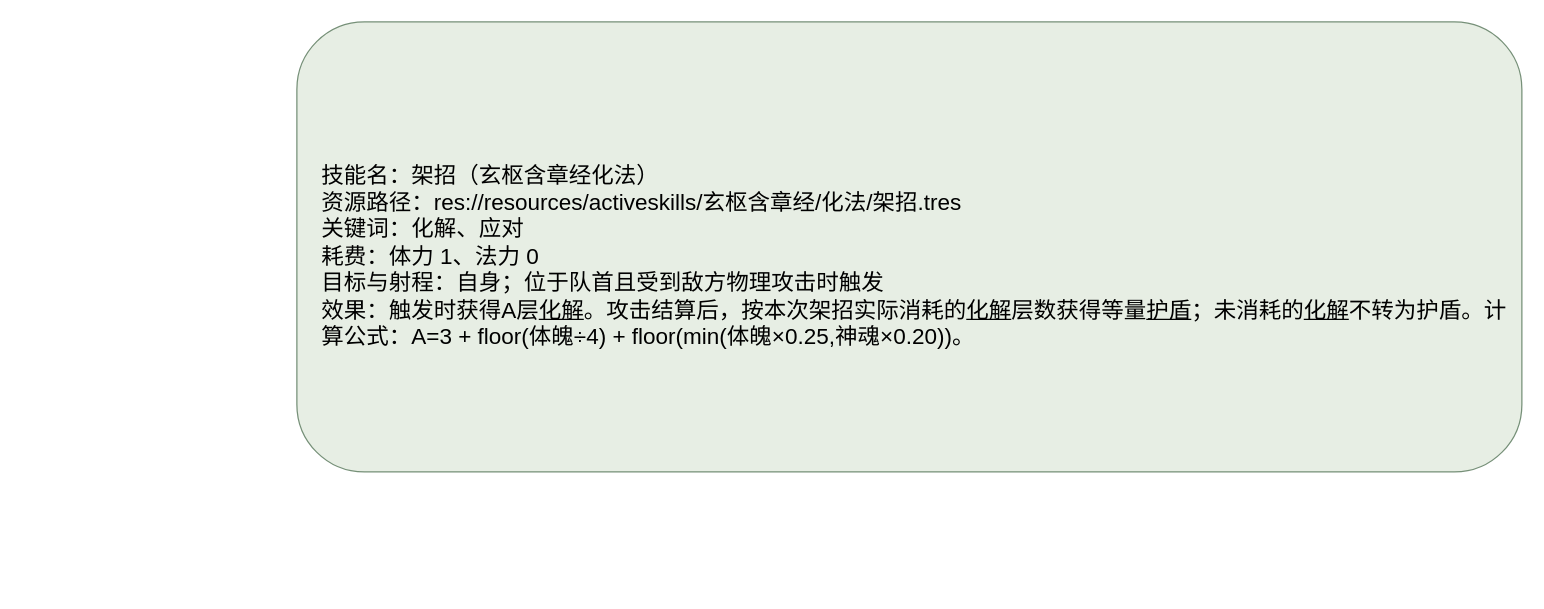
This is page "架招" (1 of 2) of docs/卡牌词典/秘籍技能/玄枢含章经/架招.drawio from ankundanetracyc-spec/tian-guan-you-du, a draw.io file, before an edit. Source tidied: cells renumbered, new cells numbered last; positions are measured from the earlier drawing's top-left corner, leaving out a move shared by most shapes. Both pictures are drawn from the tidied source at 125%, with x=0, y=0 at pixel (296, 21).
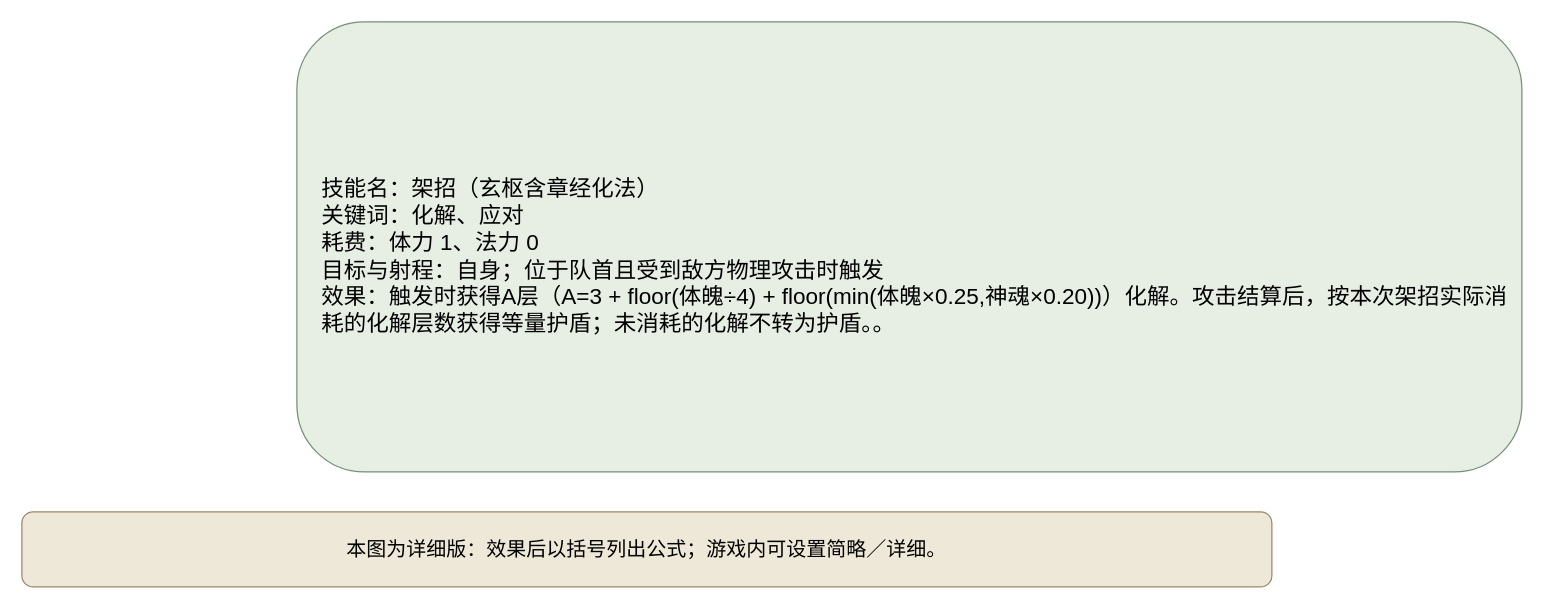
The same diagram, later.

Diff of the diagram source:
```diff
@@
 <mxGraphModel>
   <root>
     <mxCell id="0" />
     <mxCell id="1" parent="0" />
-    <mxCell id="2" value="技能名：架招（玄枢含章经化法）&#10;资源路径：res://resources/activeskills/玄枢含章经/化法/架招.tres&#10;关键词：化解、应对&#10;耗费：体力 1、法力 0&#10;目标与射程：自身；位于队首且受到敌方物理攻击时触发&#10;效果：触发时获得A层&lt;u&gt;化解&lt;/u&gt;。攻击结算后，按本次架招实际消耗的&lt;u&gt;化解&lt;/u&gt;层数获得等量&lt;u&gt;护盾&lt;/u&gt;；未消耗的&lt;u&gt;化解&lt;/u&gt;不转为护盾。计算公式：A=3 + floor(体魄÷4) + floor(min(体魄×0.25,神魂×0.20))。" style="rounded=1;whiteSpace=wrap;html=1;fillColor=#e7eee4;strokeColor=#769078;fontSize=18;align=left;spacingLeft=18;spacingTop=16;" parent="1" vertex="1">
+    <mxCell id="2" value="技能名：架招（玄枢含章经化法）&#10;关键词：化解、应对&#10;耗费：体力 1、法力 0&#10;目标与射程：自身；位于队首且受到敌方物理攻击时触发&#10;效果：触发时获得A层（A=3 + floor(体魄÷4) + floor(min(体魄×0.25,神魂×0.20))）化解。攻击结算后，按本次架招实际消耗的化解层数获得等量护盾；未消耗的化解不转为护盾。。" style="rounded=1;whiteSpace=wrap;html=1;fillColor=#e7eee4;strokeColor=#769078;fontSize=18;align=left;spacingLeft=18;spacingTop=16;" parent="1" vertex="1">
       <mxGeometry width="980" height="360" as="geometry" />
     </mxCell>
+    <mxCell id="3" value="本图为详细版：效果后以括号列出公式；游戏内可设置简略／详细。" style="rounded=1;whiteSpace=wrap;html=1;fillColor=#eee8d8;strokeColor=#9a8967;fontSize=16;" parent="1" vertex="1">
+      <mxGeometry x="-220" y="392" width="1000" height="60" as="geometry" />
+    </mxCell>
   </root>
 </mxGraphModel>
```
